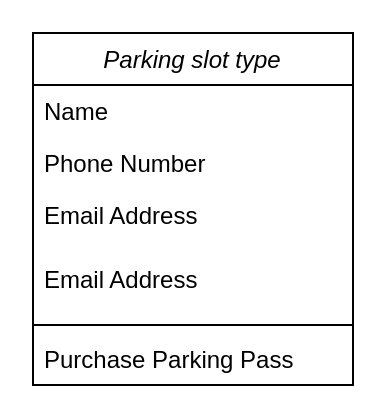
This is Parking lot.drawio from umashankara/draw.io, a draw.io file, before an edit. Source tidied: cells renumbered, new cells numbered last; positions are measured from the earlier drawing's top-left corner, leaving out a move shared by most shapes. Both pictures are drawn from the tidied source at 200%, with x=0, y=0 at pixel (32, 32).
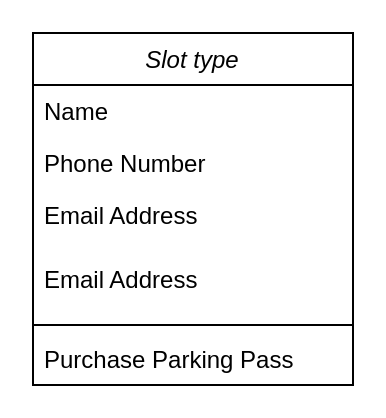
The same page after the edit.

The edit, as a diff of the source:
```diff
@@
 <mxGraphModel>
   <root>
     <mxCell id="0" />
     <mxCell id="1" parent="0" />
-    <mxCell id="2" value="Parking slot type" style="swimlane;fontStyle=2;align=center;verticalAlign=top;horizontal=1;startSize=26;rounded=0;shadow=0;strokeWidth=1;" parent="1" vertex="1">
+    <mxCell id="2" value="Slot type" style="swimlane;fontStyle=2;align=center;verticalAlign=top;horizontal=1;startSize=26;rounded=0;shadow=0;strokeWidth=1;" parent="1" vertex="1">
       <mxGeometry width="160" height="176" as="geometry" />
     </mxCell>
     <mxCell id="3" value="Name" style="text;align=left;verticalAlign=top;spacingLeft=4;spacingRight=4;overflow=hidden;" parent="2" vertex="1">
       <mxGeometry y="26" width="160" height="26" as="geometry" />
     </mxCell>
     <mxCell id="4" value="Phone Number" style="text;align=left;verticalAlign=top;spacingLeft=4;spacingRight=4;overflow=hidden;rounded=0;shadow=0;html=0;" parent="2" vertex="1">
       <mxGeometry y="52" width="160" height="26" as="geometry" />
     </mxCell>
     <mxCell id="5" value="Email Address" style="text;align=left;verticalAlign=top;spacingLeft=4;spacingRight=4;overflow=hidden;rounded=0;shadow=0;html=0;" parent="2" vertex="1">
       <mxGeometry y="78" width="160" height="32" as="geometry" />
     </mxCell>
     <mxCell id="6" value="Email Address" style="text;align=left;verticalAlign=top;spacingLeft=4;spacingRight=4;overflow=hidden;rounded=0;shadow=0;html=0;" parent="2" vertex="1">
       <mxGeometry y="110" width="160" height="32" as="geometry" />
     </mxCell>
     <mxCell id="7" style="line;html=1;strokeWidth=1;align=left;verticalAlign=middle;spacingTop=-1;spacingLeft=3;spacingRight=3;labelPosition=right;" parent="2" vertex="1">
       <mxGeometry y="142" width="160" height="8" as="geometry" />
     </mxCell>
     <mxCell id="8" value="Purchase Parking Pass" style="text;align=left;verticalAlign=top;spacingLeft=4;spacingRight=4;overflow=hidden;" parent="2" vertex="1">
       <mxGeometry y="150" width="160" height="26" as="geometry" />
     </mxCell>
   </root>
 </mxGraphModel>
```
